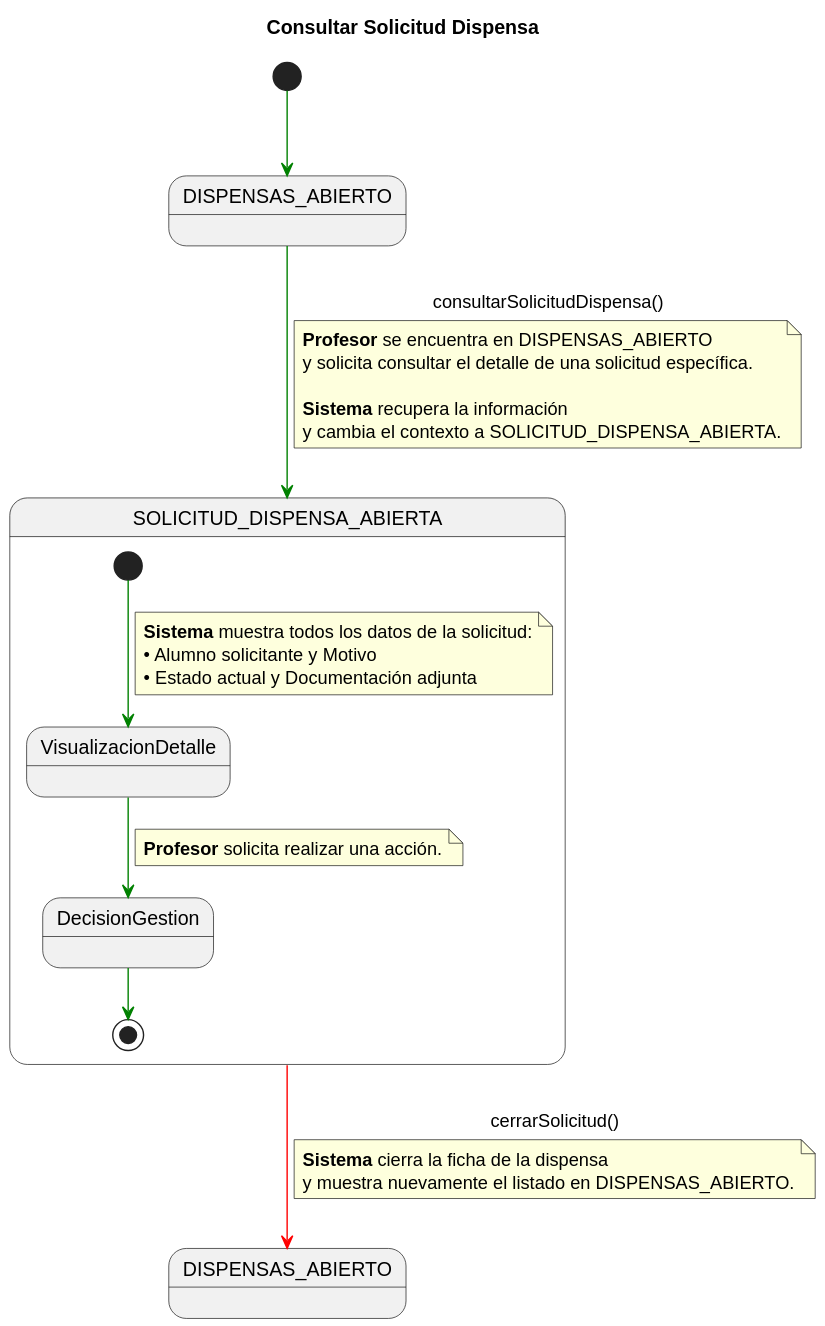
This is documents/CasosDeUso/DetalladoCasosDeUso/Profesor/consultarSolicitudDispensa.svg from enmabry/25-26-IdSw1-SdR, a PlantUML export, as it was before one commit.
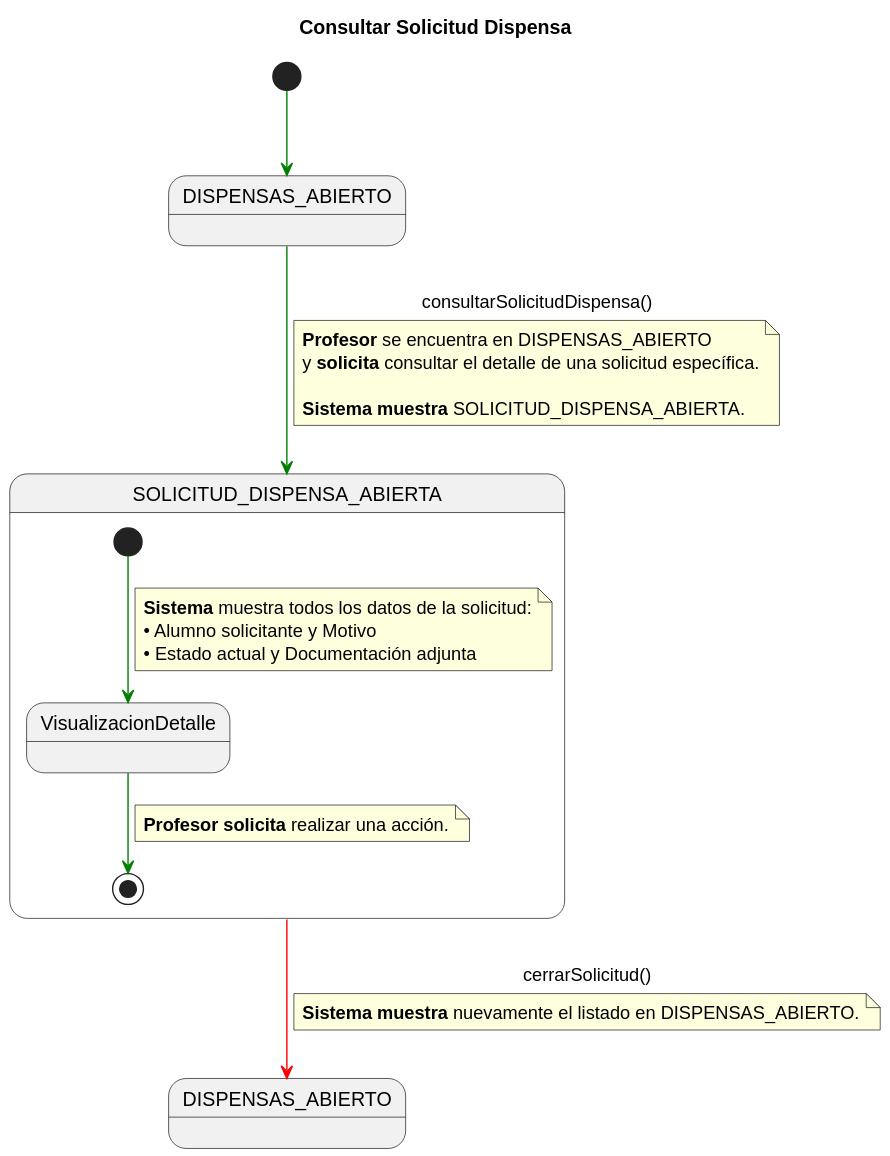
Above is the later version.

Diff of the diagram source:
```diff
@@ -11,16 +11,14 @@
 DISPENSAS_ABIERTO_INICIAL -[#green]-> SOLICITUD_DISPENSA_ABIERTA_COMP : consultarSolicitudDispensa()
 note on link
 <b>Profesor</b> se encuentra en DISPENSAS_ABIERTO
-y solicita consultar el detalle de una solicitud específica.
+y <b>solicita</b> consultar el detalle de una solicitud específica.
 
-<b>Sistema</b> recupera la información
-y cambia el contexto a SOLICITUD_DISPENSA_ABIERTA.
+<b>Sistema muestra</b> SOLICITUD_DISPENSA_ABIERTA.
 end note
 
 state SOLICITUD_DISPENSA_ABIERTA_COMP as "SOLICITUD_DISPENSA_ABIERTA" {
 
     state VisualizacionDetalle
-    state DecisionGestion
 
     [*] -[#green]-> VisualizacionDetalle
     note on link
@@ -29,17 +27,14 @@
     • Estado actual y Documentación adjunta
     end note
 
-    VisualizacionDetalle -[#green]-> DecisionGestion
+    VisualizacionDetalle -[#green]-> [*]
     note on link
-    <b>Profesor</b> solicita realizar una acción.
+    <b>Profesor solicita</b> realizar una acción.
     end note
-
-    DecisionGestion -[#green]-> [*]
 }
 
 SOLICITUD_DISPENSA_ABIERTA_COMP -[#red]-> DISPENSAS_ABIERTO_FINAL : cerrarSolicitud()
 note on link
-<b>Sistema</b> cierra la ficha de la dispensa
-y muestra nuevamente el listado en DISPENSAS_ABIERTO.
+<b>Sistema muestra</b> nuevamente el listado en DISPENSAS_ABIERTO.
 end note
 @enduml
```
